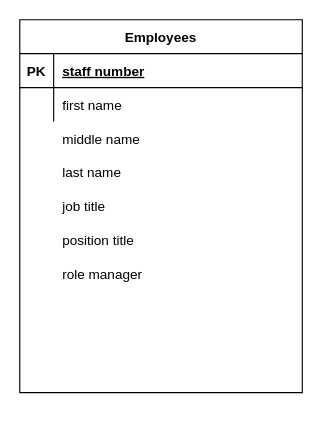
The draw.io diagram PMS.drawio in JohnMugambi/Files, before the edit. Source tidied: cells renumbered, new cells numbered last; positions are measured from the earlier drawing's top-left corner, leaving out a move shared by most shapes. Both pictures are drawn from the tidied source at 113%, with x=0, y=0 at pixel (19, 19).
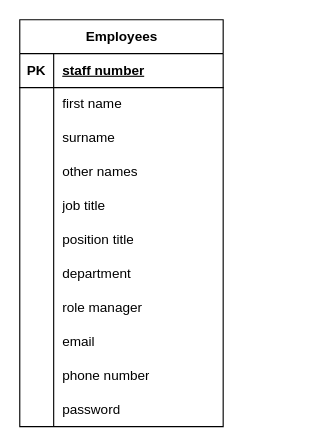
The same diagram, later.

Change to the diagram source:
```diff
@@
-    <mxCell id="2" value="Employees" style="shape=table;startSize=30;childLayout=tableLayout;rowLines=0;fontStyle=1;align=center;" parent="1" vertex="1">
-      <mxGeometry width="250" height="330" as="geometry" />
+    <mxCell id="2" value="Employees" style="shape=table;startSize=30;childLayout=tableLayout;rowLines=0;fontStyle=1;align=center;html=1;" parent="1" vertex="1">
+      <mxGeometry width="180" height="360" as="geometry" />
     </mxCell>
-    <mxCell id="3" style="shape=partialRectangle;fillColor=none;top=0;left=0;right=0;bottom=1;" parent="2" vertex="1">
-      <mxGeometry y="30" width="250" height="30" as="geometry" />
-    </mxCell>
+    <mxCell id="14" style="shape=tableRow;horizontal=0;startSize=0;swimlaneHead=0;swimlaneBody=0;fillColor=none;top=0;left=0;right=0;bottom=1;" parent="2" vertex="1">
+      <mxGeometry y="30" width="180" height="30" as="geometry" />
+    </mxCell>
-    <mxCell id="4" value="PK" style="shape=partialRectangle;overflow=hidden;fillColor=none;top=0;left=0;bottom=0;right=0;fontStyle=1;" parent="3" vertex="1">
+    <mxCell id="4" value="PK" style="shape=partialRectangle;fillColor=none;top=0;left=0;bottom=0;right=0;fontStyle=1;overflow=hidden;whiteSpace=wrap;html=1;" parent="14" vertex="1">
       <mxGeometry width="30" height="30" as="geometry" />
     </mxCell>
-    <mxCell id="5" value="staff number" style="shape=partialRectangle;overflow=hidden;fillColor=none;top=0;left=0;bottom=0;right=0;align=left;spacingLeft=6;fontStyle=5;" parent="3" vertex="1">
-      <mxGeometry x="30" width="220" height="30" as="geometry" />
+    <mxCell id="5" value="staff number" style="shape=partialRectangle;fillColor=none;top=0;left=0;bottom=0;right=0;align=left;spacingLeft=6;fontStyle=5;overflow=hidden;whiteSpace=wrap;html=1;" parent="14" vertex="1">
+      <mxGeometry x="30" width="150" height="30" as="geometry" />
     </mxCell>
-    <mxCell id="6" style="shape=partialRectangle;fillColor=none;top=0;left=0;right=0;bottom=0;" parent="2" vertex="1">
-      <mxGeometry y="60" width="250" height="30" as="geometry" />
-    </mxCell>
-    <mxCell id="7" style="shape=partialRectangle;overflow=hidden;fillColor=none;top=0;left=0;bottom=0;right=0;" parent="6" vertex="1">
-      <mxGeometry width="30" height="30" as="geometry" />
-    </mxCell>
+    <mxCell id="15" style="shape=tableRow;horizontal=0;startSize=0;swimlaneHead=0;swimlaneBody=0;fillColor=none;top=0;left=0;right=0;bottom=0;" parent="2" vertex="1">
+      <mxGeometry y="60" width="180" height="30" as="geometry" />
+    </mxCell>
+    <mxCell id="16" style="shape=partialRectangle;fillColor=none;top=0;left=0;bottom=0;right=0;overflow=hidden;whiteSpace=wrap;html=1;" parent="15" vertex="1">
+      <mxGeometry width="30" height="30" as="geometry" />
+    </mxCell>
-    <mxCell id="8" value="first name" style="shape=partialRectangle;overflow=hidden;fillColor=none;top=0;left=0;bottom=0;right=0;align=left;spacingLeft=6;" parent="6" vertex="1">
-      <mxGeometry x="30" width="220" height="30" as="geometry" />
+    <mxCell id="8" value="first name" style="shape=partialRectangle;fillColor=none;top=0;left=0;bottom=0;right=0;align=left;spacingLeft=6;overflow=hidden;whiteSpace=wrap;html=1;" parent="15" vertex="1">
+      <mxGeometry x="30" width="150" height="30" as="geometry" />
     </mxCell>
-    <mxCell id="9" value="middle name" style="shape=partialRectangle;overflow=hidden;fillColor=none;top=0;left=0;bottom=0;right=0;align=left;spacingLeft=6;" parent="1" vertex="1">
-      <mxGeometry x="30" y="90" width="220" height="30" as="geometry" />
-    </mxCell>
-    <mxCell id="10" value="last name" style="shape=partialRectangle;overflow=hidden;fillColor=none;top=0;left=0;bottom=0;right=0;align=left;spacingLeft=6;" parent="1" vertex="1">
-      <mxGeometry x="30" y="120" width="220" height="30" as="geometry" />
-    </mxCell>
+    <mxCell id="17" style="shape=tableRow;horizontal=0;startSize=0;swimlaneHead=0;swimlaneBody=0;fillColor=none;top=0;left=0;right=0;bottom=0;" parent="2" vertex="1">
+      <mxGeometry y="90" width="180" height="30" as="geometry" />
+    </mxCell>
+    <mxCell id="18" style="shape=partialRectangle;fillColor=none;top=0;left=0;bottom=0;right=0;overflow=hidden;whiteSpace=wrap;html=1;" parent="17" vertex="1">
+      <mxGeometry width="30" height="30" as="geometry" />
+    </mxCell>
+    <mxCell id="19" value="surname" style="shape=partialRectangle;fillColor=none;top=0;left=0;bottom=0;right=0;align=left;spacingLeft=6;overflow=hidden;whiteSpace=wrap;html=1;" parent="17" vertex="1">
+      <mxGeometry x="30" width="150" height="30" as="geometry" />
+    </mxCell>
+    <mxCell id="20" style="shape=tableRow;horizontal=0;startSize=0;swimlaneHead=0;swimlaneBody=0;fillColor=none;top=0;left=0;right=0;bottom=0;" parent="2" vertex="1">
+      <mxGeometry y="120" width="180" height="30" as="geometry" />
+    </mxCell>
+    <mxCell id="21" style="shape=partialRectangle;fillColor=none;top=0;left=0;bottom=0;right=0;overflow=hidden;whiteSpace=wrap;html=1;" parent="20" vertex="1">
+      <mxGeometry width="30" height="30" as="geometry" />
+    </mxCell>
+    <mxCell id="22" value="other names" style="shape=partialRectangle;fillColor=none;top=0;left=0;bottom=0;right=0;align=left;spacingLeft=6;overflow=hidden;whiteSpace=wrap;html=1;" parent="20" vertex="1">
+      <mxGeometry x="30" width="150" height="30" as="geometry" />
+    </mxCell>
+    <mxCell id="23" style="shape=tableRow;horizontal=0;startSize=0;swimlaneHead=0;swimlaneBody=0;fillColor=none;top=0;left=0;right=0;bottom=0;" parent="2" vertex="1">
+      <mxGeometry y="150" width="180" height="30" as="geometry" />
+    </mxCell>
+    <mxCell id="24" style="shape=partialRectangle;fillColor=none;top=0;left=0;bottom=0;right=0;overflow=hidden;whiteSpace=wrap;html=1;" parent="23" vertex="1">
+      <mxGeometry width="30" height="30" as="geometry" />
+    </mxCell>
-    <mxCell id="11" value="job title" style="shape=partialRectangle;overflow=hidden;fillColor=none;top=0;left=0;bottom=0;right=0;align=left;spacingLeft=6;" parent="1" vertex="1">
-      <mxGeometry x="30" y="150" width="220" height="30" as="geometry" />
+    <mxCell id="11" value="job title" style="shape=partialRectangle;fillColor=none;top=0;left=0;bottom=0;right=0;align=left;spacingLeft=6;overflow=hidden;whiteSpace=wrap;html=1;" parent="23" vertex="1">
+      <mxGeometry x="30" width="150" height="30" as="geometry" />
     </mxCell>
+    <mxCell id="25" style="shape=tableRow;horizontal=0;startSize=0;swimlaneHead=0;swimlaneBody=0;fillColor=none;top=0;left=0;right=0;bottom=0;" parent="2" vertex="1">
+      <mxGeometry y="180" width="180" height="30" as="geometry" />
+    </mxCell>
+    <mxCell id="26" style="shape=partialRectangle;fillColor=none;top=0;left=0;bottom=0;right=0;overflow=hidden;whiteSpace=wrap;html=1;" parent="25" vertex="1">
+      <mxGeometry width="30" height="30" as="geometry" />
+    </mxCell>
+    <mxCell id="13" value="&lt;div&gt;position title&lt;/div&gt;" style="shape=partialRectangle;fillColor=none;top=0;left=0;bottom=0;right=0;align=left;spacingLeft=6;overflow=hidden;whiteSpace=wrap;html=1;" parent="25" vertex="1">
+      <mxGeometry x="30" width="150" height="30" as="geometry" />
+    </mxCell>
+    <mxCell id="27" style="shape=tableRow;horizontal=0;startSize=0;swimlaneHead=0;swimlaneBody=0;fillColor=none;top=0;left=0;right=0;bottom=0;" parent="2" vertex="1">
+      <mxGeometry y="210" width="180" height="30" as="geometry" />
+    </mxCell>
+    <mxCell id="28" style="shape=partialRectangle;fillColor=none;top=0;left=0;bottom=0;right=0;overflow=hidden;whiteSpace=wrap;html=1;" parent="27" vertex="1">
+      <mxGeometry width="30" height="30" as="geometry" />
+    </mxCell>
+    <mxCell id="29" value="department" style="shape=partialRectangle;fillColor=none;top=0;left=0;bottom=0;right=0;align=left;spacingLeft=6;overflow=hidden;whiteSpace=wrap;html=1;" parent="27" vertex="1">
+      <mxGeometry x="30" width="150" height="30" as="geometry" />
+    </mxCell>
+    <mxCell id="30" style="shape=tableRow;horizontal=0;startSize=0;swimlaneHead=0;swimlaneBody=0;fillColor=none;top=0;left=0;right=0;bottom=0;" parent="2" vertex="1">
+      <mxGeometry y="240" width="180" height="30" as="geometry" />
+    </mxCell>
+    <mxCell id="31" style="shape=partialRectangle;fillColor=none;top=0;left=0;bottom=0;right=0;overflow=hidden;whiteSpace=wrap;html=1;" parent="30" vertex="1">
+      <mxGeometry width="30" height="30" as="geometry" />
+    </mxCell>
-    <mxCell id="12" value="role manager" style="shape=partialRectangle;overflow=hidden;fillColor=none;top=0;left=0;bottom=0;right=0;align=left;spacingLeft=6;" parent="1" vertex="1">
-      <mxGeometry x="30" y="210" width="220" height="30" as="geometry" />
+    <mxCell id="12" value="role manager" style="shape=partialRectangle;fillColor=none;top=0;left=0;bottom=0;right=0;align=left;spacingLeft=6;overflow=hidden;whiteSpace=wrap;html=1;" parent="30" vertex="1">
+      <mxGeometry x="30" width="150" height="30" as="geometry" />
     </mxCell>
-    <mxCell id="13" value="position title" style="shape=partialRectangle;overflow=hidden;fillColor=none;top=0;left=0;bottom=0;right=0;align=left;spacingLeft=6;" parent="1" vertex="1">
-      <mxGeometry x="30" y="180" width="220" height="30" as="geometry" />
-    </mxCell>
+    <mxCell id="32" style="shape=tableRow;horizontal=0;startSize=0;swimlaneHead=0;swimlaneBody=0;fillColor=none;top=0;left=0;right=0;bottom=0;" parent="2" vertex="1">
+      <mxGeometry y="270" width="180" height="30" as="geometry" />
+    </mxCell>
+    <mxCell id="33" style="shape=partialRectangle;fillColor=none;top=0;left=0;bottom=0;right=0;overflow=hidden;whiteSpace=wrap;html=1;" parent="32" vertex="1">
+      <mxGeometry width="30" height="30" as="geometry" />
+    </mxCell>
+    <mxCell id="34" value="email" style="shape=partialRectangle;fillColor=none;top=0;left=0;bottom=0;right=0;align=left;spacingLeft=6;overflow=hidden;whiteSpace=wrap;html=1;" parent="32" vertex="1">
+      <mxGeometry x="30" width="150" height="30" as="geometry" />
+    </mxCell>
+    <mxCell id="35" style="shape=tableRow;horizontal=0;startSize=0;swimlaneHead=0;swimlaneBody=0;fillColor=none;top=0;left=0;right=0;bottom=0;" parent="2" vertex="1">
+      <mxGeometry y="300" width="180" height="30" as="geometry" />
+    </mxCell>
+    <mxCell id="36" style="shape=partialRectangle;fillColor=none;top=0;left=0;bottom=0;right=0;overflow=hidden;whiteSpace=wrap;html=1;" parent="35" vertex="1">
+      <mxGeometry width="30" height="30" as="geometry" />
+    </mxCell>
+    <mxCell id="37" value="phone number" style="shape=partialRectangle;fillColor=none;top=0;left=0;bottom=0;right=0;align=left;spacingLeft=6;overflow=hidden;whiteSpace=wrap;html=1;" parent="35" vertex="1">
+      <mxGeometry x="30" width="150" height="30" as="geometry" />
+    </mxCell>
+    <mxCell id="38" style="shape=tableRow;horizontal=0;startSize=0;swimlaneHead=0;swimlaneBody=0;fillColor=none;top=0;left=0;right=0;bottom=0;" parent="2" vertex="1">
+      <mxGeometry y="330" width="180" height="30" as="geometry" />
+    </mxCell>
+    <mxCell id="39" style="shape=partialRectangle;fillColor=none;top=0;left=0;bottom=0;right=0;overflow=hidden;whiteSpace=wrap;html=1;" parent="38" vertex="1">
+      <mxGeometry width="30" height="30" as="geometry" />
+    </mxCell>
+    <mxCell id="40" value="password" style="shape=partialRectangle;fillColor=none;top=0;left=0;bottom=0;right=0;align=left;spacingLeft=6;overflow=hidden;whiteSpace=wrap;html=1;" parent="38" vertex="1">
+      <mxGeometry x="30" width="150" height="30" as="geometry" />
+    </mxCell>
```
